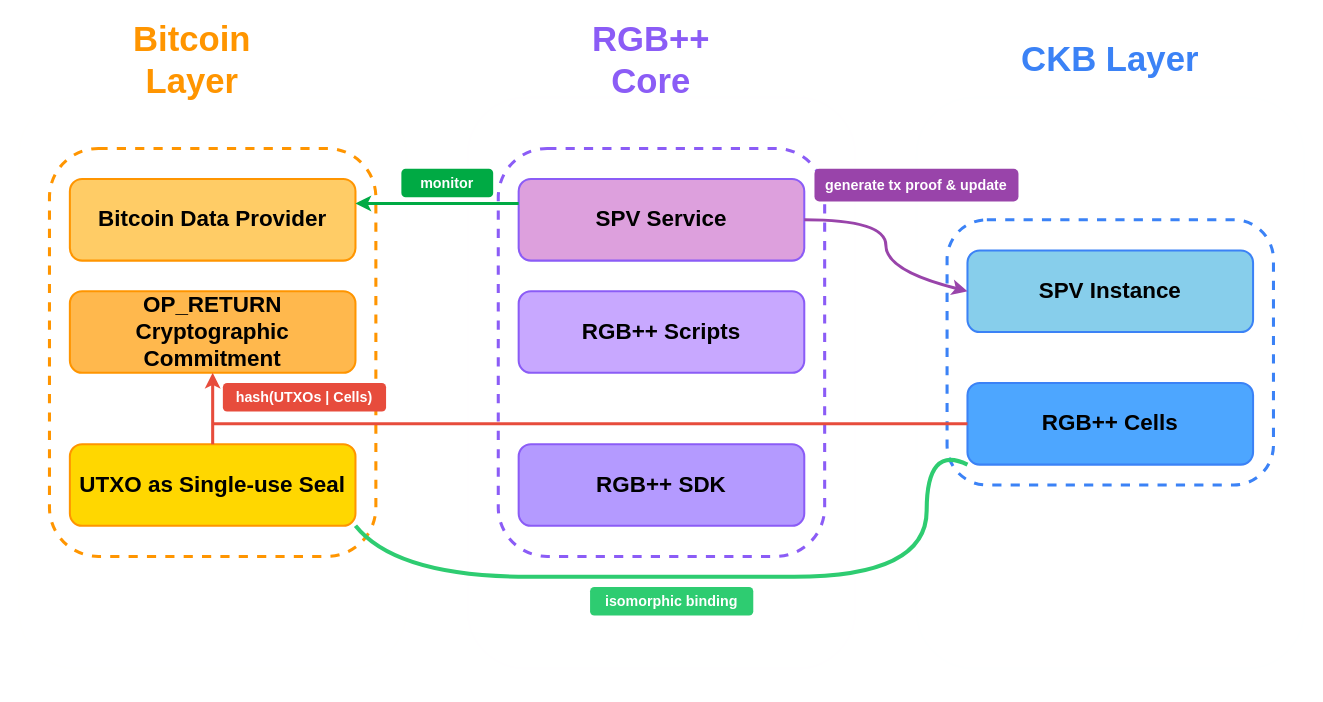
Above: rgb_plus_plus_architecture.drawio in RGBPlusPlus/rgbpp-website (draw.io), before the change. Source tidied: cells renumbered, new cells numbered last; positions are measured from the earlier drawing's top-left corner, leaving out a move shared by most shapes. Both pictures are drawn from the tidied source at 102%, with x=0, y=0 at pixel (18, 36).
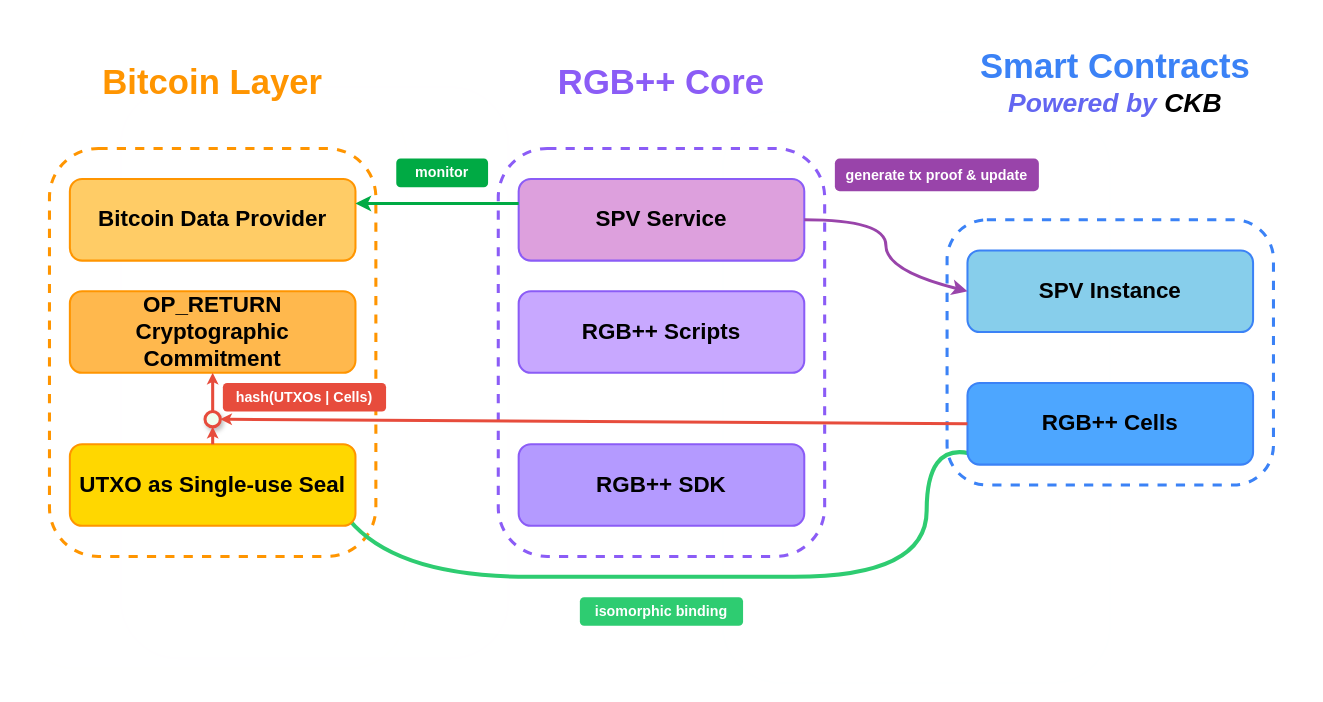
The same page after the edit.

Commit message (it also covers changes not shown here):
feat: update homepage comparison table and architecture diagram

The change refers to these unchanged cells:
```xml
<mxCell id="10" value="OP_RETURN Cryptographic Commitment" style="rounded=1;whiteSpace=wrap;html=1;fillColor=#FFB84D;strokeColor=#FF9500;strokeWidth=2;fontSize=22;fontStyle=1;" parent="1" vertex="1">
  <mxGeometry x="50" y="250" width="280" height="80" as="geometry" />
</mxCell>
```

Change to the diagram source:
```diff
@@
     <mxCell id="2" value="Bitcoin Layer" style="text;html=1;strokeColor=none;fillColor=none;align=center;verticalAlign=middle;whiteSpace=wrap;rounded=0;fontSize=34;fontStyle=1;fontColor=#FF9500;" parent="1" vertex="1">
-      <mxGeometry x="70" width="200" height="45" as="geometry" />
+      <mxGeometry x="80" y="22.5" width="220" height="45" as="geometry" />
     </mxCell>
     <mxCell id="3" value="RGB++ Core" style="text;html=1;strokeColor=none;fillColor=none;align=center;verticalAlign=middle;whiteSpace=wrap;rounded=0;fontSize=34;fontStyle=1;fontColor=#8B5CF6;" parent="1" vertex="1">
-      <mxGeometry x="520" width="200" height="45" as="geometry" />
+      <mxGeometry x="525" y="22.5" width="210" height="45" as="geometry" />
     </mxCell>
-    <mxCell id="4" value="CKB Layer" style="text;html=1;strokeColor=none;fillColor=none;align=center;verticalAlign=middle;whiteSpace=wrap;rounded=0;fontSize=34;fontStyle=1;fontColor=#3B82F6;" parent="1" vertex="1">
-      <mxGeometry x="970" width="200" height="45" as="geometry" />
+    <mxCell id="4" value="&lt;div style=&quot;line-height: 1.0;&quot;&gt;Smart Contracts&lt;br&gt;&lt;font style=&quot;font-size: 26px; font-weight: bold; color: rgb(99, 102, 241); font-style: italic;&quot;&gt;Powered by &lt;/font&gt;&lt;font style=&quot;font-size: 26px; font-weight: bold; font-style: italic; color: rgb(0, 0, 0);&quot;&gt;CKB&lt;/font&gt;&lt;/div&gt;" style="text;html=1;strokeColor=none;fillColor=none;align=center;verticalAlign=middle;whiteSpace=wrap;rounded=0;fontSize=34;fontStyle=1;fontColor=#3B82F6;" parent="1" vertex="1">
+      <mxGeometry x="930" width="290" height="90" as="geometry" />
     </mxCell>
@@
     <mxCell id="6" style="rounded=1;whiteSpace=wrap;html=1;fillColor=#E5D4FF;strokeColor=#8B5CF6;strokeWidth=3;opacity=0.3;" parent="1" vertex="1">
-      <mxGeometry x="440" y="60" width="380" height="560" as="geometry" />
+      <mxGeometry x="100" y="50" width="380" height="560" as="geometry" />
     </mxCell>
     <mxCell id="7" style="rounded=1;whiteSpace=wrap;html=1;fillColor=#CCE5FF;strokeColor=#3B82F6;strokeWidth=3;opacity=0.3;" parent="1" vertex="1">
-      <mxGeometry x="880" y="60" width="380" height="560" as="geometry" />
+      <mxGeometry x="690" y="74" width="380" height="560" as="geometry" />
     </mxCell>
@@
-    <mxCell id="11" value="UTXO as Single-use Seal" style="rounded=1;whiteSpace=wrap;html=1;fillColor=#FFD700;strokeColor=#FF9500;strokeWidth=2;fontSize=22;fontStyle=1;" parent="1" vertex="1">
-      <mxGeometry x="50" y="400" width="280" height="80" as="geometry" />
-    </mxCell>
@@
-    <mxCell id="18" value="RGB++ Cells" style="rounded=1;whiteSpace=wrap;html=1;fillColor=#4DA6FF;strokeColor=#3B82F6;strokeWidth=2;fontSize=22;fontStyle=1;" parent="1" vertex="1">
-      <mxGeometry x="930" y="340" width="280" height="80" as="geometry" />
-    </mxCell>
@@
     <mxCell id="20" value="generate tx proof &amp;amp; update" style="text;html=1;strokeColor=none;fillColor=#9944AA;align=center;verticalAlign=middle;whiteSpace=wrap;rounded=1;fontSize=14;fontStyle=1;fontColor=#FFFFFF;" parent="1" vertex="1">
-      <mxGeometry x="780" y="130" width="200" height="32" as="geometry" />
+      <mxGeometry x="800" y="120" width="200" height="32" as="geometry" />
     </mxCell>
@@
     <mxCell id="22" value="monitor" style="text;html=1;strokeColor=none;fillColor=#00AA44;align=center;verticalAlign=middle;whiteSpace=wrap;rounded=1;fontSize=14;fontStyle=1;fontColor=#FFFFFF;" parent="1" vertex="1">
-      <mxGeometry x="375" y="130" width="90" height="28" as="geometry" />
+      <mxGeometry x="370" y="120" width="90" height="28" as="geometry" />
     </mxCell>
-    <mxCell id="23" style="endArrow=none;html=1;rounded=0;strokeColor=#E74C3C;strokeWidth=3;exitX=0;exitY=0.5;exitDx=0;exitDy=0;" parent="1" edge="1" source="18">
-      <mxGeometry relative="1" as="geometry">
-        <mxPoint x="190" y="380" as="targetPoint" />
-      </mxGeometry>
-    </mxCell>
-    <mxCell id="24" style="endArrow=classic;html=1;rounded=0;strokeColor=#E74C3C;strokeWidth=3;exitX=0.5;exitY=0;exitDx=0;exitDy=0;" parent="1" edge="1" source="11">
-      <mxGeometry relative="1" as="geometry">
-        <mxPoint x="190" y="330" as="targetPoint" />
-        <Array as="points">
-          <mxPoint x="190" y="330" />
-        </Array>
-      </mxGeometry>
-    </mxCell>
@@
-    <mxCell id="26" style="endArrow=none;html=1;rounded=0;strokeColor=#2ECC71;strokeWidth=4;exitX=1;exitY=1;exitDx=0;exitDy=0;entryX=0;entryY=1;entryDx=0;entryDy=0;curved=1;" parent="1" edge="1" source="11" target="18">
+    <mxCell id="26" style="endArrow=none;html=1;rounded=0;strokeColor=#2ECC71;strokeWidth=4;entryX=0.005;entryY=0.86;entryDx=0;entryDy=0;curved=1;entryPerimeter=0;exitX=0.977;exitY=0.923;exitDx=0;exitDy=0;exitPerimeter=0;" parent="1" edge="1" source="11" target="18">
       <mxGeometry relative="1" as="geometry">
         <Array as="points">
           <mxPoint x="370" y="530" />
           <mxPoint x="630" y="530" />
           <mxPoint x="890" y="530" />
           <mxPoint x="890" y="400" />
         </Array>
       </mxGeometry>
     </mxCell>
     <mxCell id="27" value="isomorphic binding" style="text;html=1;strokeColor=none;fillColor=#2ECC71;align=center;verticalAlign=middle;whiteSpace=wrap;rounded=1;fontSize=14;fontStyle=1;fontColor=#FFFFFF;" parent="1" vertex="1">
-      <mxGeometry x="560" y="540" width="160" height="28" as="geometry" />
+      <mxGeometry x="550" y="550" width="160" height="28" as="geometry" />
     </mxCell>
+    <mxCell id="11" value="UTXO as Single-use Seal" style="rounded=1;whiteSpace=wrap;html=1;fillColor=#FFD700;strokeColor=#FF9500;strokeWidth=2;fontSize=22;fontStyle=1;" parent="1" vertex="1">
+      <mxGeometry x="50" y="400" width="280" height="80" as="geometry" />
+    </mxCell>
+    <mxCell id="18" value="RGB++ Cells" style="rounded=1;whiteSpace=wrap;html=1;fillColor=#4DA6FF;strokeColor=#3B82F6;strokeWidth=2;fontSize=22;fontStyle=1;" parent="1" vertex="1">
+      <mxGeometry x="930" y="340" width="280" height="80" as="geometry" />
+    </mxCell>
+    <mxCell id="28" style="edgeStyle=none;html=1;strokeWidth=3;strokeColor=#E74C3C;endSize=2;" parent="1" edge="1" source="29" target="10">
+      <mxGeometry relative="1" as="geometry" />
+    </mxCell>
+    <mxCell id="29" style="ellipse;whiteSpace=wrap;html=1;strokeColor=#E74C3C;fillColor=#F0FFF0;strokeWidth=3;shadow=1;" parent="1" vertex="1">
+      <mxGeometry x="182.5" y="368" width="15" height="15" as="geometry" />
+    </mxCell>
+    <mxCell id="30" style="endArrow=classic;html=1;rounded=0;strokeColor=#E74C3C;strokeWidth=3;exitX=0;exitY=0.5;exitDx=0;exitDy=0;endSize=2;entryX=1;entryY=0.5;entryDx=0;entryDy=0;" parent="1" edge="1" source="18" target="29">
+      <mxGeometry relative="1" as="geometry" />
+    </mxCell>
+    <mxCell id="31" style="endArrow=classic;html=1;rounded=0;strokeColor=#E74C3C;strokeWidth=3;exitX=0.5;exitY=0;exitDx=0;exitDy=0;endSize=2;entryX=0.5;entryY=1;entryDx=0;entryDy=0;" parent="1" edge="1" source="11" target="29">
+      <mxGeometry relative="1" as="geometry" />
+    </mxCell>
```
